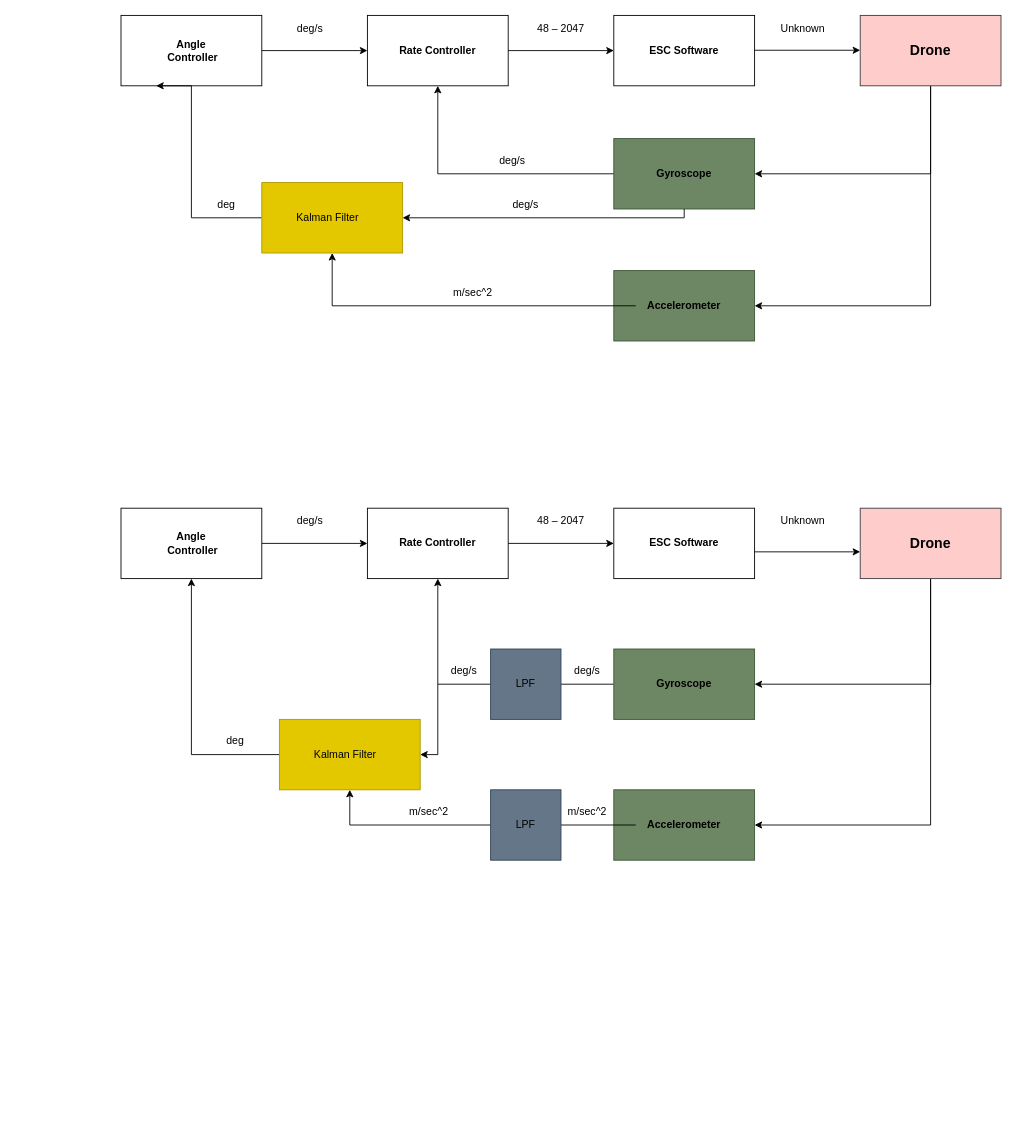
This is Drone-Control-System.drawio from ja-zoe/drone-flight-software, a draw.io file, before an edit. Source tidied: cells renumbered, new cells numbered last; positions are measured from the earlier drawing's top-left corner, leaving out a move shared by most shapes. Both pictures are drawn from the tidied source at 88%, with x=0, y=0 at pixel (121, 15).
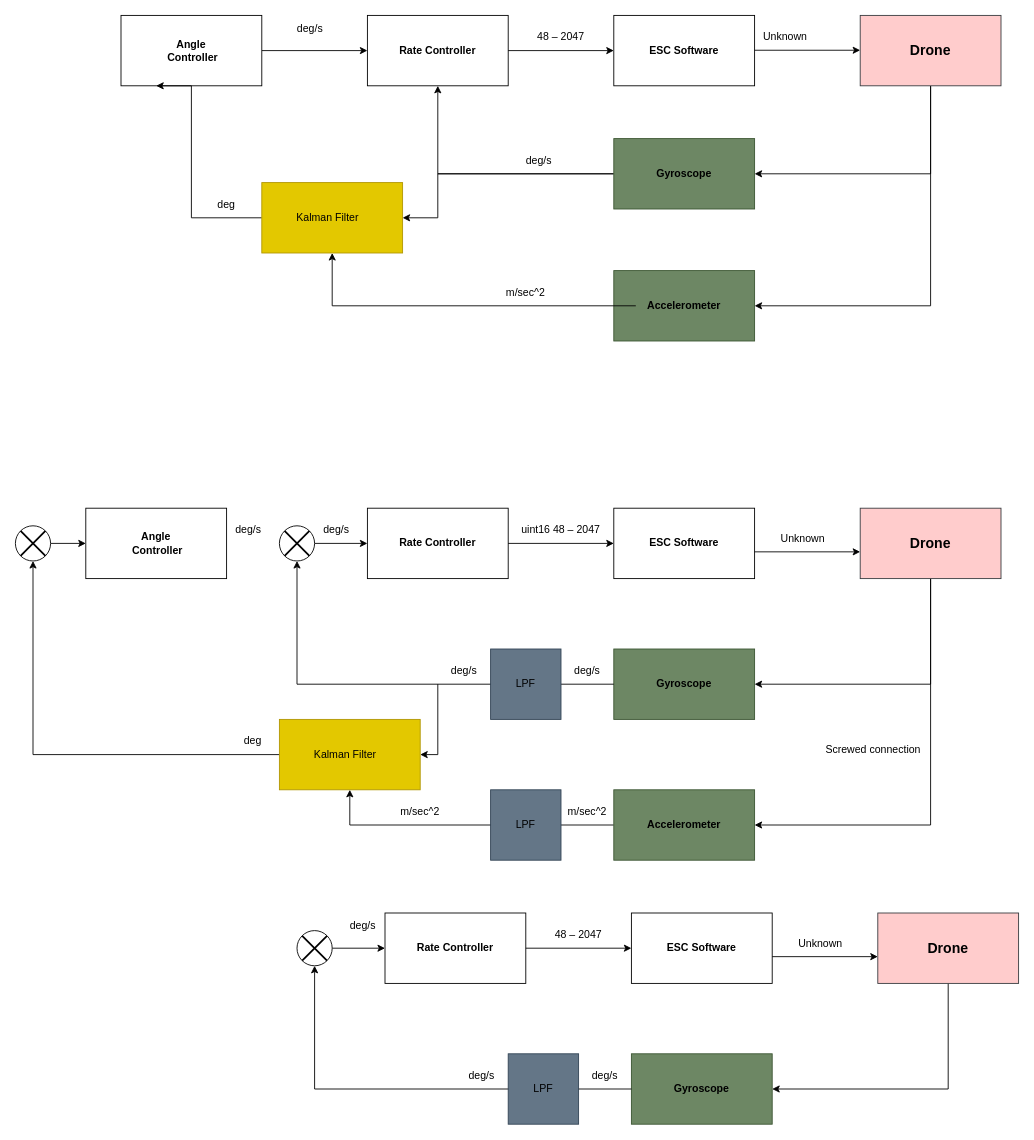
The same page after the edit.

Unchanged cells that the change refers to:
```xml
<mxCell id="7" style="rounded=0;whiteSpace=wrap;html=1;fillColor=#6d8764;strokeColor=#3A5431;fontColor=#ffffff;" parent="1" vertex="1">
  <mxGeometry x="560" y="140" width="160" height="80" as="geometry" />
</mxCell>
<mxCell id="13" style="rounded=0;whiteSpace=wrap;html=1;" parent="1" vertex="1">
  <mxGeometry x="280" width="160" height="80" as="geometry" />
</mxCell>
<mxCell id="23" style="rounded=0;whiteSpace=wrap;html=1;fillColor=#e3c800;fontColor=#000000;strokeColor=#B09500;" parent="1" vertex="1">
  <mxGeometry x="160" y="190" width="160" height="80" as="geometry" />
</mxCell>
<mxCell id="37" style="rounded=0;whiteSpace=wrap;html=1;fillColor=#6d8764;strokeColor=#3A5431;fontColor=#ffffff;" parent="1" vertex="1">
  <mxGeometry x="560" y="720" width="160" height="80" as="geometry" />
</mxCell>
<mxCell id="43" style="rounded=0;whiteSpace=wrap;html=1;" parent="1" vertex="1">
  <mxGeometry x="280" y="560" width="160" height="80" as="geometry" />
</mxCell>
<mxCell id="52" style="rounded=0;whiteSpace=wrap;html=1;fillColor=#e3c800;fontColor=#000000;strokeColor=#B09500;" parent="1" vertex="1">
  <mxGeometry x="180" y="800" width="160" height="80" as="geometry" />
</mxCell>
<mxCell id="54" value="deg/s" style="text;html=1;whiteSpace=wrap;strokeColor=none;fillColor=none;align=center;verticalAlign=middle;rounded=0;" parent="1" vertex="1">
  <mxGeometry x="500" y="730" width="60" height="30" as="geometry" />
</mxCell>
<mxCell id="55" style="rounded=0;whiteSpace=wrap;html=1;fillColor=#6d8764;strokeColor=#3A5431;fontColor=#ffffff;" parent="1" vertex="1">
  <mxGeometry x="560" y="880" width="160" height="80" as="geometry" />
</mxCell>
<mxCell id="57" value="&lt;b&gt;Accelerometer&lt;/b&gt;" style="text;html=1;whiteSpace=wrap;strokeColor=none;fillColor=none;align=center;verticalAlign=middle;rounded=0;" parent="1" vertex="1">
  <mxGeometry x="585" y="905" width="110" height="30" as="geometry" />
</mxCell>
```

Change to the diagram source:
```diff
@@
     <mxCell id="4" value="48&amp;nbsp;–&amp;nbsp;2047" style="text;html=1;whiteSpace=wrap;strokeColor=none;fillColor=none;align=center;verticalAlign=middle;rounded=0;" parent="1" vertex="1">
-      <mxGeometry x="460" width="80" height="30" as="geometry" />
+      <mxGeometry x="460" y="10" width="80" height="30" as="geometry" />
     </mxCell>
     <mxCell id="5" value="Unknown" style="text;html=1;whiteSpace=wrap;strokeColor=none;fillColor=none;align=center;verticalAlign=middle;rounded=0;" parent="1" vertex="1">
-      <mxGeometry x="740" width="70" height="30" as="geometry" />
+      <mxGeometry x="720" y="10" width="70" height="30" as="geometry" />
     </mxCell>
     <mxCell id="6" style="edgeStyle=orthogonalEdgeStyle;rounded=0;jettySize=auto;html=1;exitX=0;exitY=0.5;exitDx=0;exitDy=0;entryX=0.5;entryY=1;entryDx=0;entryDy=0;" parent="1" edge="1" source="7" target="13">
-      <mxGeometry relative="1" as="geometry" />
+      <mxGeometry relative="1" as="geometry">
+        <Array as="points">
+          <mxPoint x="360" y="180" />
+        </Array>
+      </mxGeometry>
     </mxCell>
+    <mxCell id="25" style="edgeStyle=orthogonalEdgeStyle;rounded=0;jettySize=auto;html=1;exitX=0;exitY=0.5;exitDx=0;exitDy=0;" parent="1" edge="1" source="7" target="23">
+      <mxGeometry relative="1" as="geometry">
+        <Array as="points">
+          <mxPoint x="360" y="180" />
+          <mxPoint x="360" y="230" />
+        </Array>
+      </mxGeometry>
+    </mxCell>
@@
     <mxCell id="20" value="deg/s" style="text;html=1;whiteSpace=wrap;strokeColor=none;fillColor=none;align=center;verticalAlign=middle;rounded=0;" parent="1" vertex="1">
-      <mxGeometry x="420" y="150" width="50" height="30" as="geometry" />
+      <mxGeometry x="450" y="150" width="50" height="30" as="geometry" />
     </mxCell>
@@
-    <mxCell id="25" style="edgeStyle=orthogonalEdgeStyle;rounded=0;jettySize=auto;html=1;exitX=0.5;exitY=1;exitDx=0;exitDy=0;" parent="1" edge="1" source="7" target="23">
-      <mxGeometry relative="1" as="geometry">
-        <Array as="points">
-          <mxPoint x="640" y="230" />
-        </Array>
-      </mxGeometry>
-    </mxCell>
-    <mxCell id="26" value="deg/s" style="text;html=1;whiteSpace=wrap;strokeColor=none;fillColor=none;align=center;verticalAlign=middle;rounded=0;" parent="1" vertex="1">
-      <mxGeometry x="430" y="200" width="60" height="30" as="geometry" />
-    </mxCell>
@@
     <mxCell id="30" value="m/sec^2" style="text;html=1;whiteSpace=wrap;strokeColor=none;fillColor=none;align=center;verticalAlign=middle;rounded=0;" parent="1" vertex="1">
-      <mxGeometry x="370" y="300" width="60" height="30" as="geometry" />
+      <mxGeometry x="430" y="300" width="60" height="30" as="geometry" />
     </mxCell>
@@
-    <mxCell id="34" value="48&amp;nbsp;–&amp;nbsp;2047" style="text;html=1;whiteSpace=wrap;strokeColor=none;fillColor=none;align=center;verticalAlign=middle;rounded=0;" parent="1" vertex="1">
-      <mxGeometry x="460" y="560" width="80" height="30" as="geometry" />
+    <mxCell id="34" value="uint16 48&amp;nbsp;–&amp;nbsp;2047" style="text;html=1;whiteSpace=wrap;strokeColor=none;fillColor=none;align=center;verticalAlign=middle;rounded=0;" parent="1" vertex="1">
+      <mxGeometry x="445" y="570" width="110" height="30" as="geometry" />
     </mxCell>
     <mxCell id="35" value="Unknown" style="text;html=1;whiteSpace=wrap;strokeColor=none;fillColor=none;align=center;verticalAlign=middle;rounded=0;" parent="1" vertex="1">
-      <mxGeometry x="740" y="560" width="70" height="30" as="geometry" />
+      <mxGeometry x="740" y="580" width="70" height="30" as="geometry" />
     </mxCell>
-    <mxCell id="36" style="edgeStyle=orthogonalEdgeStyle;rounded=0;jettySize=auto;html=1;exitX=0;exitY=0.5;exitDx=0;exitDy=0;entryX=0.5;entryY=1;entryDx=0;entryDy=0;" parent="1" edge="1" source="37" target="43">
-      <mxGeometry relative="1" as="geometry" />
-    </mxCell>
@@
-    <mxCell id="47" style="edgeStyle=orthogonalEdgeStyle;rounded=0;jettySize=auto;html=1;exitX=1;exitY=0.5;exitDx=0;exitDy=0;entryX=0;entryY=0.5;entryDx=0;entryDy=0;" parent="1" edge="1" source="48" target="43">
-      <mxGeometry relative="1" as="geometry" />
-    </mxCell>
+    <mxCell id="67" style="edgeStyle=orthogonalEdgeStyle;rounded=0;jettySize=auto;html=1;exitX=1;exitY=0.5;exitDx=0;exitDy=0;entryX=0;entryY=0.5;entryDx=0;entryDy=0;strokeColor=light-dark(#FFFFFF,#FFFFFF);" parent="1" edge="1" source="48" target="77">
+      <mxGeometry relative="1" as="geometry" />
+    </mxCell>
     <mxCell id="48" style="rounded=0;whiteSpace=wrap;html=1;" parent="1" vertex="1">
-      <mxGeometry y="560" width="160" height="80" as="geometry" />
+      <mxGeometry x="-40" y="560" width="160" height="80" as="geometry" />
     </mxCell>
     <mxCell id="49" value="&lt;div&gt;Angle&lt;/div&gt;&lt;div&gt;&amp;nbsp;Controller&lt;/div&gt;" style="text;html=1;whiteSpace=wrap;strokeColor=none;fillColor=none;align=center;verticalAlign=middle;rounded=0;fontStyle=1;" parent="1" vertex="1">
-      <mxGeometry x="40" y="580" width="80" height="40" as="geometry" />
+      <mxGeometry y="580" width="80" height="40" as="geometry" />
     </mxCell>
     <mxCell id="50" value="deg/s" style="text;html=1;whiteSpace=wrap;strokeColor=none;fillColor=none;align=center;verticalAlign=middle;rounded=0;" parent="1" vertex="1">
-      <mxGeometry x="190" y="560" width="50" height="30" as="geometry" />
+      <mxGeometry x="220" y="570" width="50" height="30" as="geometry" />
     </mxCell>
-    <mxCell id="51" style="edgeStyle=orthogonalEdgeStyle;rounded=0;jettySize=auto;html=1;exitX=0;exitY=0.5;exitDx=0;exitDy=0;entryX=0.5;entryY=1;entryDx=0;entryDy=0;" parent="1" edge="1" source="52" target="48">
-      <mxGeometry relative="1" as="geometry" />
-    </mxCell>
+    <mxCell id="68" style="edgeStyle=orthogonalEdgeStyle;rounded=0;jettySize=auto;html=1;exitX=0;exitY=0.5;exitDx=0;exitDy=0;entryX=0.5;entryY=1;entryDx=0;entryDy=0;" parent="1" edge="1" source="52" target="73">
+      <mxGeometry relative="1" as="geometry" />
+    </mxCell>
@@
+    <mxCell id="69" style="edgeStyle=orthogonalEdgeStyle;rounded=0;jettySize=auto;html=1;exitX=0;exitY=0.5;exitDx=0;exitDy=0;entryX=0.5;entryY=1;entryDx=0;entryDy=0;" parent="1" edge="1" source="55" target="52">
+      <mxGeometry relative="1" as="geometry" />
+    </mxCell>
@@
-    <mxCell id="56" style="edgeStyle=orthogonalEdgeStyle;rounded=0;jettySize=auto;html=1;entryX=0.5;entryY=1;entryDx=0;entryDy=0;" parent="1" edge="1" source="57" target="52">
-      <mxGeometry relative="1" as="geometry" />
-    </mxCell>
@@
     <mxCell id="58" value="m/sec^2" style="text;html=1;whiteSpace=wrap;strokeColor=none;fillColor=none;align=center;verticalAlign=middle;rounded=0;" parent="1" vertex="1">
-      <mxGeometry x="320" y="890" width="60" height="30" as="geometry" />
+      <mxGeometry x="310" y="890" width="60" height="30" as="geometry" />
     </mxCell>
     <mxCell id="59" value="deg" style="text;html=1;whiteSpace=wrap;strokeColor=none;fillColor=none;align=center;verticalAlign=middle;rounded=0;" parent="1" vertex="1">
-      <mxGeometry x="100" y="810" width="60" height="30" as="geometry" />
+      <mxGeometry x="120" y="810" width="60" height="30" as="geometry" />
     </mxCell>
-    <mxCell id="60" style="rounded=0;whiteSpace=wrap;html=1;fillColor=#647687;fontColor=#ffffff;strokeColor=#314354;" parent="1" vertex="1">
-      <mxGeometry x="420" y="720" width="80" height="80" as="geometry" />
-    </mxCell>
@@
+    <mxCell id="70" style="edgeStyle=orthogonalEdgeStyle;rounded=0;jettySize=auto;html=1;exitX=1;exitY=1;exitDx=0;exitDy=0;entryX=0.5;entryY=1;entryDx=0;entryDy=0;" parent="1" edge="1" source="54" target="77">
+      <mxGeometry relative="1" as="geometry">
+        <Array as="points">
+          <mxPoint x="200" y="760" />
+        </Array>
+      </mxGeometry>
+    </mxCell>
@@
-    <mxCell id="63" value="LPF" style="text;html=1;whiteSpace=wrap;strokeColor=none;fillColor=none;align=center;verticalAlign=middle;rounded=0;" parent="1" vertex="1">
-      <mxGeometry x="430" y="745" width="60" height="30" as="geometry" />
-    </mxCell>
@@
+    <mxCell id="71" value="Screwed connection" style="text;html=1;whiteSpace=wrap;strokeColor=none;fillColor=none;align=center;verticalAlign=middle;rounded=0;" parent="1" vertex="1">
+      <mxGeometry x="790" y="820" width="130" height="30" as="geometry" />
+    </mxCell>
+    <mxCell id="72" style="edgeStyle=orthogonalEdgeStyle;rounded=0;jettySize=auto;html=1;exitX=1;exitY=0.5;exitDx=0;exitDy=0;entryX=0;entryY=0.5;entryDx=0;entryDy=0;" parent="1" edge="1" source="73" target="48">
+      <mxGeometry relative="1" as="geometry" />
+    </mxCell>
+    <mxCell id="73" style="ellipse;whiteSpace=wrap;html=1;strokeColor=light-dark(#000000,#FFFFFF);fillColor=light-dark(#FFFFFF,#FFFFFF);" parent="1" vertex="1">
+      <mxGeometry x="-120" y="580" width="40" height="40" as="geometry" />
+    </mxCell>
+    <mxCell id="74" style="endArrow=none;html=1;rounded=0;strokeColor=light-dark(#000000,#000000);entryX=0;entryY=0;entryDx=0;entryDy=0;exitX=1;exitY=1;exitDx=0;exitDy=0;strokeWidth=2;" parent="1" edge="1" source="73" target="73">
+      <mxGeometry relative="1" as="geometry" />
+    </mxCell>
+    <mxCell id="75" style="endArrow=none;html=1;rounded=0;strokeColor=light-dark(#000000,#000000);entryX=1;entryY=0;entryDx=0;entryDy=0;exitX=0;exitY=1;exitDx=0;exitDy=0;strokeWidth=2;" parent="1" edge="1" source="73" target="73">
+      <mxGeometry relative="1" as="geometry" />
+    </mxCell>
+    <mxCell id="76" style="edgeStyle=orthogonalEdgeStyle;rounded=0;jettySize=auto;html=1;exitX=1;exitY=0.5;exitDx=0;exitDy=0;entryX=0;entryY=0.5;entryDx=0;entryDy=0;" parent="1" edge="1" source="77" target="43">
+      <mxGeometry relative="1" as="geometry" />
+    </mxCell>
+    <mxCell id="77" style="ellipse;whiteSpace=wrap;html=1;strokeColor=light-dark(#000000,#FFFFFF);fillColor=light-dark(#FFFFFF,#FFFFFF);" parent="1" vertex="1">
+      <mxGeometry x="180" y="580" width="40" height="40" as="geometry" />
+    </mxCell>
+    <mxCell id="78" style="endArrow=none;html=1;rounded=0;strokeColor=light-dark(#000000,#000000);entryX=0;entryY=0;entryDx=0;entryDy=0;exitX=1;exitY=1;exitDx=0;exitDy=0;strokeWidth=2;" parent="1" edge="1" source="77" target="77">
+      <mxGeometry relative="1" as="geometry" />
+    </mxCell>
+    <mxCell id="79" style="endArrow=none;html=1;rounded=0;strokeColor=light-dark(#000000,#000000);entryX=1;entryY=0;entryDx=0;entryDy=0;exitX=0;exitY=1;exitDx=0;exitDy=0;strokeWidth=2;" parent="1" edge="1" source="77" target="77">
+      <mxGeometry relative="1" as="geometry" />
+    </mxCell>
+    <mxCell id="60" style="rounded=0;whiteSpace=wrap;html=1;fillColor=#647687;fontColor=#ffffff;strokeColor=#314354;" parent="1" vertex="1">
+      <mxGeometry x="420" y="720" width="80" height="80" as="geometry" />
+    </mxCell>
+    <mxCell id="63" value="LPF" style="text;html=1;whiteSpace=wrap;strokeColor=none;fillColor=none;align=center;verticalAlign=middle;rounded=0;" parent="1" vertex="1">
+      <mxGeometry x="430" y="745" width="60" height="30" as="geometry" />
+    </mxCell>
+    <mxCell id="80" style="rounded=0;whiteSpace=wrap;html=1;" parent="1" vertex="1">
+      <mxGeometry x="580" y="1020" width="160" height="80" as="geometry" />
+    </mxCell>
+    <mxCell id="81" value="ESC Software" style="text;html=1;whiteSpace=wrap;strokeColor=none;fillColor=none;align=center;verticalAlign=middle;rounded=0;fontStyle=1;" parent="1" vertex="1">
+      <mxGeometry x="610" y="1045" width="100" height="30" as="geometry" />
+    </mxCell>
+    <mxCell id="82" value="48&amp;nbsp;–&amp;nbsp;2047" style="text;html=1;whiteSpace=wrap;strokeColor=none;fillColor=none;align=center;verticalAlign=middle;rounded=0;" parent="1" vertex="1">
+      <mxGeometry x="480" y="1030" width="80" height="30" as="geometry" />
+    </mxCell>
+    <mxCell id="83" value="Unknown" style="text;html=1;whiteSpace=wrap;strokeColor=none;fillColor=none;align=center;verticalAlign=middle;rounded=0;" parent="1" vertex="1">
+      <mxGeometry x="760" y="1040" width="70" height="30" as="geometry" />
+    </mxCell>
+    <mxCell id="84" style="rounded=0;whiteSpace=wrap;html=1;fillColor=#6d8764;strokeColor=#3A5431;fontColor=#ffffff;" parent="1" vertex="1">
+      <mxGeometry x="580" y="1180" width="160" height="80" as="geometry" />
+    </mxCell>
+    <mxCell id="85" value="&lt;b&gt;Gyroscope&lt;/b&gt;" style="text;html=1;whiteSpace=wrap;strokeColor=none;fillColor=none;align=center;verticalAlign=middle;rounded=0;" parent="1" vertex="1">
+      <mxGeometry x="615" y="1205" width="90" height="30" as="geometry" />
+    </mxCell>
+    <mxCell id="86" style="edgeStyle=orthogonalEdgeStyle;rounded=0;jettySize=auto;html=1;exitX=0.5;exitY=1;exitDx=0;exitDy=0;entryX=1;entryY=0.5;entryDx=0;entryDy=0;" parent="1" edge="1" source="87" target="84">
+      <mxGeometry relative="1" as="geometry" />
+    </mxCell>
+    <mxCell id="87" style="rounded=0;whiteSpace=wrap;html=1;fillColor=#ffcccc;strokeColor=#36393d;" parent="1" vertex="1">
+      <mxGeometry x="860" y="1020" width="160" height="80" as="geometry" />
+    </mxCell>
+    <mxCell id="88" value="&lt;font style=&quot;font-size: 16px;&quot;&gt;&lt;b&gt;Drone&lt;/b&gt;&lt;/font&gt;" style="text;html=1;whiteSpace=wrap;strokeColor=none;fillColor=none;align=center;verticalAlign=middle;rounded=0;" parent="1" vertex="1">
+      <mxGeometry x="905" y="1045" width="70" height="30" as="geometry" />
+    </mxCell>
+    <mxCell id="89" style="rounded=0;whiteSpace=wrap;html=1;" parent="1" vertex="1">
+      <mxGeometry x="300" y="1020" width="160" height="80" as="geometry" />
+    </mxCell>
+    <mxCell id="90" value="Rate Controller" style="text;html=1;whiteSpace=wrap;strokeColor=none;fillColor=none;align=center;verticalAlign=middle;rounded=0;fontStyle=1;" parent="1" vertex="1">
+      <mxGeometry x="330" y="1045" width="100" height="30" as="geometry" />
+    </mxCell>
+    <mxCell id="91" style="endArrow=classic;html=1;rounded=0;entryX=0;entryY=0.5;entryDx=0;entryDy=0;exitX=1;exitY=0.5;exitDx=0;exitDy=0;" parent="1" edge="1" source="89" target="80">
+      <mxGeometry relative="1" as="geometry" />
+    </mxCell>
+    <mxCell id="92" style="endArrow=classic;html=1;rounded=0;entryX=0;entryY=0.5;entryDx=0;entryDy=0;exitX=1;exitY=0.5;exitDx=0;exitDy=0;" parent="1" edge="1">
+      <mxGeometry relative="1" as="geometry">
+        <mxPoint x="740" y="1069.6" as="sourcePoint" />
+        <mxPoint x="860" y="1069.6" as="targetPoint" />
+      </mxGeometry>
+    </mxCell>
+    <mxCell id="93" value="deg/s" style="text;html=1;whiteSpace=wrap;strokeColor=none;fillColor=none;align=center;verticalAlign=middle;rounded=0;" parent="1" vertex="1">
+      <mxGeometry x="250" y="1020" width="50" height="30" as="geometry" />
+    </mxCell>
+    <mxCell id="94" value="deg/s" style="text;html=1;whiteSpace=wrap;strokeColor=none;fillColor=none;align=center;verticalAlign=middle;rounded=0;" parent="1" vertex="1">
+      <mxGeometry x="520" y="1190" width="60" height="30" as="geometry" />
+    </mxCell>
+    <mxCell id="95" style="edgeStyle=orthogonalEdgeStyle;rounded=0;jettySize=auto;html=1;exitX=1;exitY=1;exitDx=0;exitDy=0;entryX=0.5;entryY=1;entryDx=0;entryDy=0;" parent="1" edge="1" source="94" target="98">
+      <mxGeometry relative="1" as="geometry">
+        <Array as="points">
+          <mxPoint x="220" y="1220" />
+        </Array>
+      </mxGeometry>
+    </mxCell>
+    <mxCell id="96" value="deg/s" style="text;html=1;whiteSpace=wrap;strokeColor=none;fillColor=none;align=center;verticalAlign=middle;rounded=0;" parent="1" vertex="1">
+      <mxGeometry x="380" y="1190" width="60" height="30" as="geometry" />
+    </mxCell>
+    <mxCell id="97" style="edgeStyle=orthogonalEdgeStyle;rounded=0;jettySize=auto;html=1;exitX=1;exitY=0.5;exitDx=0;exitDy=0;entryX=0;entryY=0.5;entryDx=0;entryDy=0;" parent="1" edge="1" source="98" target="89">
+      <mxGeometry relative="1" as="geometry" />
+    </mxCell>
+    <mxCell id="98" style="ellipse;whiteSpace=wrap;html=1;strokeColor=light-dark(#000000,#FFFFFF);fillColor=light-dark(#FFFFFF,#FFFFFF);" parent="1" vertex="1">
+      <mxGeometry x="200" y="1040" width="40" height="40" as="geometry" />
+    </mxCell>
+    <mxCell id="99" style="endArrow=none;html=1;rounded=0;strokeColor=light-dark(#000000,#000000);entryX=0;entryY=0;entryDx=0;entryDy=0;exitX=1;exitY=1;exitDx=0;exitDy=0;strokeWidth=2;" parent="1" edge="1" source="98" target="98">
+      <mxGeometry relative="1" as="geometry" />
+    </mxCell>
+    <mxCell id="100" style="endArrow=none;html=1;rounded=0;strokeColor=light-dark(#000000,#000000);entryX=1;entryY=0;entryDx=0;entryDy=0;exitX=0;exitY=1;exitDx=0;exitDy=0;strokeWidth=2;" parent="1" edge="1" source="98" target="98">
+      <mxGeometry relative="1" as="geometry" />
+    </mxCell>
+    <mxCell id="101" style="rounded=0;whiteSpace=wrap;html=1;fillColor=#647687;fontColor=#ffffff;strokeColor=#314354;" parent="1" vertex="1">
+      <mxGeometry x="440" y="1180" width="80" height="80" as="geometry" />
+    </mxCell>
+    <mxCell id="102" value="LPF" style="text;html=1;whiteSpace=wrap;strokeColor=none;fillColor=none;align=center;verticalAlign=middle;rounded=0;" parent="1" vertex="1">
+      <mxGeometry x="450" y="1205" width="60" height="30" as="geometry" />
+    </mxCell>
+    <mxCell id="103" value="deg/s" style="text;html=1;whiteSpace=wrap;strokeColor=none;fillColor=none;align=center;verticalAlign=middle;rounded=0;" parent="1" vertex="1">
+      <mxGeometry x="120" y="570" width="50" height="30" as="geometry" />
+    </mxCell>
```
